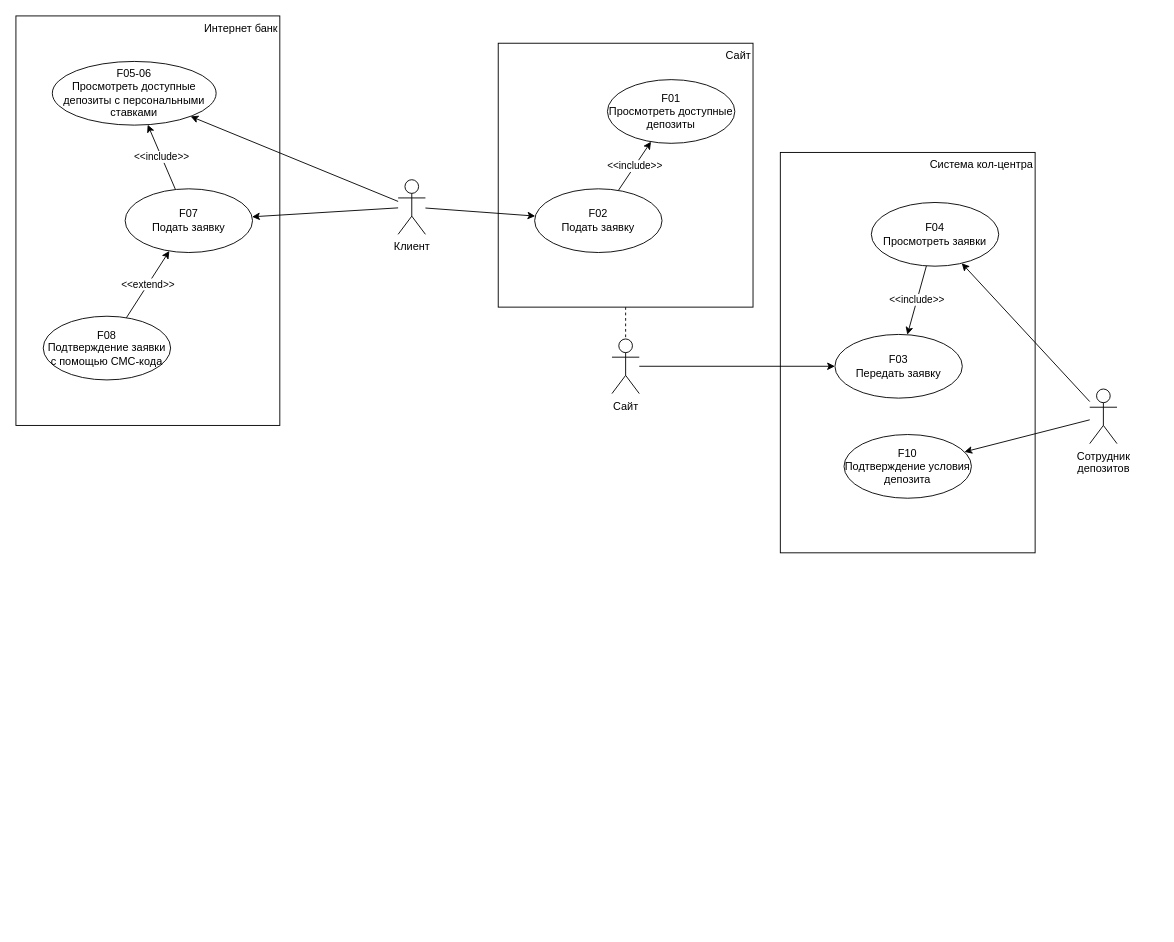
This is page "Model UC" (1 of 2) of Exc3/usecases.drawio from asbelon/architecture-sprint-9, a draw.io file, before an edit. Source tidied: cells renumbered, new cells numbered last; positions are measured from the earlier drawing's top-left corner, leaving out a move shared by most shapes. Both pictures are drawn from the tidied source at 91%, with x=0, y=0 at pixel (15, 15).
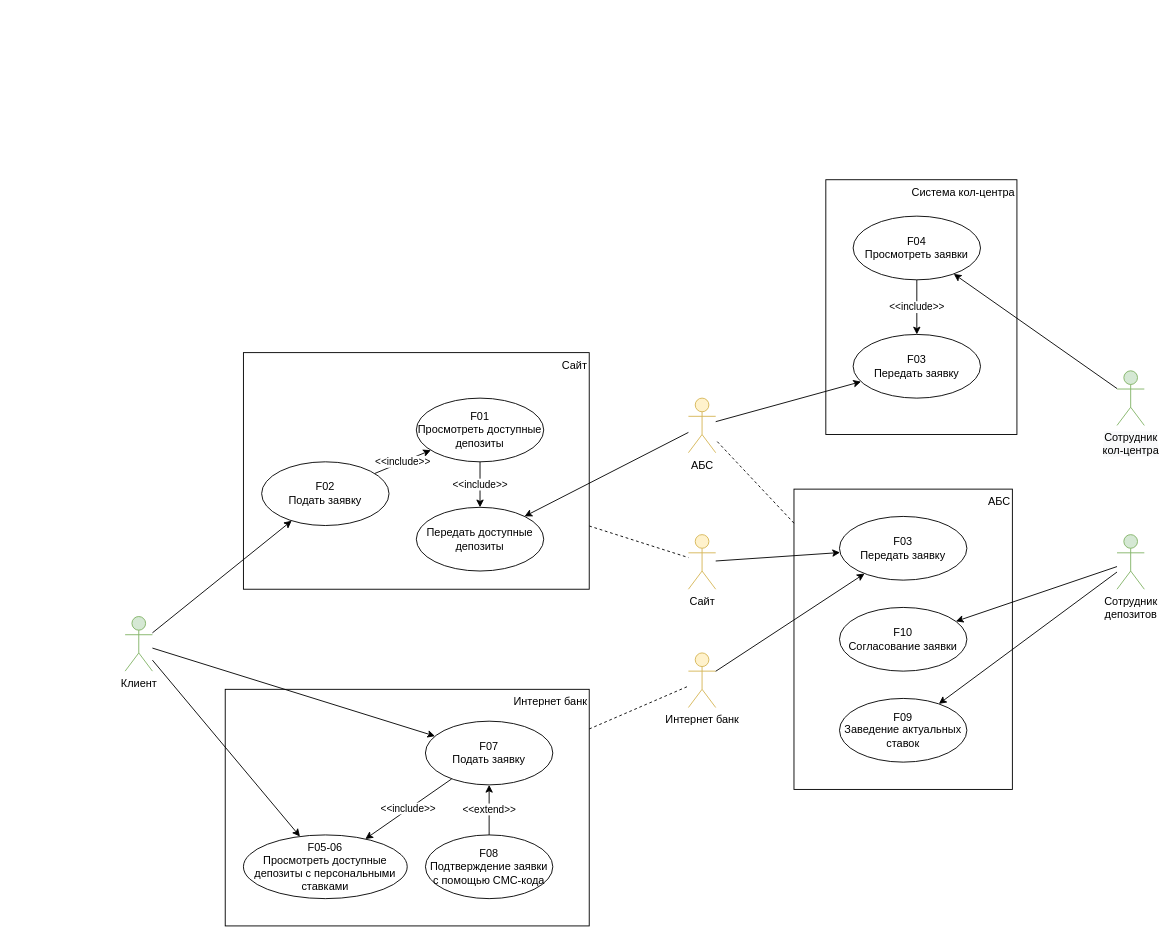
After the change.

Change to the diagram source:
```diff
@@
+    <mxCell id="27" value="АБС" style="rounded=0;whiteSpace=wrap;html=1;align=right;verticalAlign=top;" parent="1" vertex="1">
+      <mxGeometry x="855" y="520" width="240" height="330" as="geometry" />
+    </mxCell>
     <mxCell id="2" value="Интернет банк" style="rounded=0;whiteSpace=wrap;html=1;align=right;verticalAlign=top;" parent="1" vertex="1">
-      <mxGeometry width="290" height="450" as="geometry" />
+      <mxGeometry x="230" y="740" width="400" height="260" as="geometry" />
     </mxCell>
     <mxCell id="3" value="Система кол-центра" style="rounded=0;whiteSpace=wrap;html=1;align=right;verticalAlign=top;" parent="1" vertex="1">
-      <mxGeometry x="840" y="150" width="280" height="440" as="geometry" />
+      <mxGeometry x="890" y="180" width="210" height="280" as="geometry" />
     </mxCell>
@@
     <mxCell id="5" value="Сайт" style="rounded=0;whiteSpace=wrap;html=1;align=right;verticalAlign=top;" parent="1" vertex="1">
-      <mxGeometry x="530" y="30" width="280" height="290" as="geometry" />
+      <mxGeometry x="250" y="370" width="380" height="260" as="geometry" />
     </mxCell>
@@
-    <mxCell id="9" value="Клиент" style="shape=umlActor;verticalLabelPosition=bottom;verticalAlign=top;html=1;outlineConnect=0;" parent="1" vertex="1">
-      <mxGeometry x="420" y="180" width="30" height="60" as="geometry" />
+    <mxCell id="9" value="Клиент" style="shape=umlActor;verticalLabelPosition=bottom;verticalAlign=top;html=1;outlineConnect=0;fillColor=#d5e8d4;strokeColor=#82b366;" parent="1" vertex="1">
+      <mxGeometry x="120" y="660" width="30" height="60" as="geometry" />
     </mxCell>
+    <mxCell id="28" value="&amp;lt;&amp;lt;include&amp;gt;&amp;gt;" style="edgeStyle=orthogonalEdgeStyle;rounded=0;jettySize=auto;html=1;" parent="1" edge="1" source="10" target="40">
+      <mxGeometry relative="1" as="geometry" />
+    </mxCell>
     <mxCell id="10" value="F01&lt;br&gt;Просмотреть доступные депозиты" style="ellipse;whiteSpace=wrap;html=1;" parent="1" vertex="1">
-      <mxGeometry x="650" y="70" width="140" height="70" as="geometry" />
+      <mxGeometry x="440" y="420" width="140" height="70" as="geometry" />
     </mxCell>
@@
     <mxCell id="12" value="F02&lt;br&gt;Подать заявку" style="ellipse;whiteSpace=wrap;html=1;" parent="1" vertex="1">
-      <mxGeometry x="570" y="190" width="140" height="70" as="geometry" />
+      <mxGeometry x="270" y="490" width="140" height="70" as="geometry" />
     </mxCell>
-    <mxCell id="13" style="edgeStyle=none;rounded=0;jettySize=auto;html=1;" parent="1" edge="1" source="14" target="15">
+    <mxCell id="13" style="edgeStyle=none;rounded=0;jettySize=auto;html=1;" parent="1" edge="1" source="38" target="15">
       <mxGeometry relative="1" as="geometry" />
     </mxCell>
-    <mxCell id="14" value="Сайт" style="shape=umlActor;verticalLabelPosition=bottom;verticalAlign=top;html=1;outlineConnect=0;" parent="1" vertex="1">
-      <mxGeometry x="655" y="355" width="30" height="60" as="geometry" />
+    <mxCell id="14" value="Сайт" style="shape=umlActor;verticalLabelPosition=bottom;verticalAlign=top;html=1;outlineConnect=0;fillColor=#fff2cc;strokeColor=#d6b656;" parent="1" vertex="1">
+      <mxGeometry x="739" y="570" width="30" height="60" as="geometry" />
     </mxCell>
     <mxCell id="15" value="F03&lt;br&gt;Передать заявку" style="ellipse;whiteSpace=wrap;html=1;" parent="1" vertex="1">
-      <mxGeometry x="900" y="350" width="140" height="70" as="geometry" />
+      <mxGeometry x="920" y="350" width="140" height="70" as="geometry" />
     </mxCell>
-    <mxCell id="16" style="edgeStyle=none;rounded=0;jettySize=auto;html=1;endArrow=classic;endFill=1;" parent="1" edge="1" source="18" target="20">
+    <mxCell id="16" style="edgeStyle=none;rounded=0;jettySize=auto;html=1;endArrow=classic;endFill=1;" parent="1" edge="1" source="36" target="20">
       <mxGeometry relative="1" as="geometry" />
     </mxCell>
@@
+    <mxCell id="29" style="rounded=0;jettySize=auto;html=1;" parent="1" edge="1" source="18" target="30">
+      <mxGeometry relative="1" as="geometry" />
+    </mxCell>
-    <mxCell id="18" value="Сотрудник &lt;br&gt;депозитов" style="shape=umlActor;verticalLabelPosition=bottom;verticalAlign=top;html=1;outlineConnect=0;" parent="1" vertex="1">
-      <mxGeometry x="1180" y="410" width="30" height="60" as="geometry" />
+    <mxCell id="18" value="Сотрудник &lt;br&gt;депозитов" style="shape=umlActor;verticalLabelPosition=bottom;verticalAlign=top;html=1;outlineConnect=0;fillColor=#d5e8d4;strokeColor=#82b366;" parent="1" vertex="1">
+      <mxGeometry x="1210" y="570" width="30" height="60" as="geometry" />
     </mxCell>
@@
     <mxCell id="20" value="F04&lt;br&gt;Просмотреть заявки" style="ellipse;whiteSpace=wrap;html=1;" parent="1" vertex="1">
-      <mxGeometry x="940" y="205" width="140" height="70" as="geometry" />
+      <mxGeometry x="920" y="220" width="140" height="70" as="geometry" />
     </mxCell>
     <mxCell id="21" value="F05-06&lt;br&gt;Просмотреть доступные депозиты с персональными ставками" style="ellipse;whiteSpace=wrap;html=1;" parent="1" vertex="1">
-      <mxGeometry x="40" y="50" width="180" height="70" as="geometry" />
+      <mxGeometry x="250" y="900" width="180" height="70" as="geometry" />
     </mxCell>
@@
     <mxCell id="23" value="F07&lt;br&gt;Подать заявку" style="ellipse;whiteSpace=wrap;html=1;" parent="1" vertex="1">
-      <mxGeometry x="120" y="190" width="140" height="70" as="geometry" />
+      <mxGeometry x="450" y="775" width="140" height="70" as="geometry" />
     </mxCell>
@@
     <mxCell id="25" value="F08&lt;br&gt;Подтверждение заявки с помощью СМС-кода" style="ellipse;whiteSpace=wrap;html=1;" parent="1" vertex="1">
-      <mxGeometry x="30" y="330" width="140" height="70" as="geometry" />
+      <mxGeometry x="450" y="900" width="140" height="70" as="geometry" />
     </mxCell>
-    <mxCell id="26" value="F10&lt;br&gt;Подтверждение условия депозита" style="ellipse;whiteSpace=wrap;html=1;" parent="1" vertex="1">
-      <mxGeometry x="910" y="460" width="140" height="70" as="geometry" />
+    <mxCell id="26" value="F10&lt;br&gt;Согласование заявки" style="ellipse;whiteSpace=wrap;html=1;" parent="1" vertex="1">
+      <mxGeometry x="905" y="650" width="140" height="70" as="geometry" />
     </mxCell>
+    <mxCell id="30" value="F09&lt;br&gt;Заведение актуальных ставок" style="ellipse;whiteSpace=wrap;html=1;" parent="1" vertex="1">
+      <mxGeometry x="905" y="750" width="140" height="70" as="geometry" />
+    </mxCell>
+    <mxCell id="31" value="F03&lt;br&gt;Передать заявку" style="ellipse;whiteSpace=wrap;html=1;" parent="1" vertex="1">
+      <mxGeometry x="905" y="550" width="140" height="70" as="geometry" />
+    </mxCell>
+    <mxCell id="32" style="edgeStyle=none;rounded=0;jettySize=auto;html=1;" parent="1" edge="1" source="14" target="31">
+      <mxGeometry relative="1" as="geometry" />
+    </mxCell>
+    <mxCell id="33" style="edgeStyle=none;rounded=0;jettySize=auto;html=1;dashed=1;endArrow=none;endFill=0;" parent="1" edge="1" source="2" target="34">
+      <mxGeometry relative="1" as="geometry" />
+    </mxCell>
+    <mxCell id="34" value="Интернет банк" style="shape=umlActor;verticalLabelPosition=bottom;verticalAlign=top;html=1;outlineConnect=0;fillColor=#fff2cc;strokeColor=#d6b656;" parent="1" vertex="1">
+      <mxGeometry x="739" y="700" width="30" height="60" as="geometry" />
+    </mxCell>
+    <mxCell id="35" style="edgeStyle=none;rounded=0;jettySize=auto;html=1;" parent="1" edge="1" source="34" target="31">
+      <mxGeometry relative="1" as="geometry" />
+    </mxCell>
+    <mxCell id="36" value="&lt;span style=&quot;color: rgb(0, 0, 0); font-family: Helvetica; font-size: 12px; font-style: normal; font-variant-ligatures: normal; font-variant-caps: normal; font-weight: 400; letter-spacing: normal; orphans: 2; text-align: center; text-indent: 0px; text-transform: none; widows: 2; word-spacing: 0px; -webkit-text-stroke-width: 0px; background-color: rgb(248, 249, 250); text-decoration-thickness: initial; text-decoration-style: initial; text-decoration-color: initial; float: none; display: inline !important;&quot;&gt;Сотрудник&lt;/span&gt;&lt;br style=&quot;color: rgb(0, 0, 0); font-family: Helvetica; font-size: 12px; font-style: normal; font-variant-ligatures: normal; font-variant-caps: normal; font-weight: 400; letter-spacing: normal; orphans: 2; text-align: center; text-indent: 0px; text-transform: none; widows: 2; word-spacing: 0px; -webkit-text-stroke-width: 0px; background-color: rgb(248, 249, 250); text-decoration-thickness: initial; text-decoration-style: initial; text-decoration-color: initial;&quot;&gt;&lt;span style=&quot;color: rgb(0, 0, 0); font-family: Helvetica; font-size: 12px; font-style: normal; font-variant-ligatures: normal; font-variant-caps: normal; font-weight: 400; letter-spacing: normal; orphans: 2; text-align: center; text-indent: 0px; text-transform: none; widows: 2; word-spacing: 0px; -webkit-text-stroke-width: 0px; background-color: rgb(248, 249, 250); text-decoration-thickness: initial; text-decoration-style: initial; text-decoration-color: initial; float: none; display: inline !important;&quot;&gt;кол-центра&lt;/span&gt;" style="shape=umlActor;verticalLabelPosition=bottom;verticalAlign=top;html=1;outlineConnect=0;fillColor=#d5e8d4;strokeColor=#82b366;" parent="1" vertex="1">
+      <mxGeometry x="1210" y="390" width="30" height="60" as="geometry" />
+    </mxCell>
+    <mxCell id="37" style="rounded=0;jettySize=auto;html=1;" parent="1" edge="1" source="38" target="40">
+      <mxGeometry relative="1" as="geometry" />
+    </mxCell>
+    <mxCell id="38" value="АБС" style="shape=umlActor;verticalLabelPosition=bottom;verticalAlign=top;html=1;outlineConnect=0;fillColor=#fff2cc;strokeColor=#d6b656;" parent="1" vertex="1">
+      <mxGeometry x="739" y="420" width="30" height="60" as="geometry" />
+    </mxCell>
+    <mxCell id="39" style="edgeStyle=none;rounded=0;jettySize=auto;html=1;dashed=1;endArrow=none;endFill=0;" parent="1" edge="1" source="27" target="38">
+      <mxGeometry relative="1" as="geometry" />
+    </mxCell>
+    <mxCell id="40" value="Передать доступные депозиты" style="ellipse;whiteSpace=wrap;html=1;" parent="1" vertex="1">
+      <mxGeometry x="440" y="540" width="140" height="70" as="geometry" />
+    </mxCell>
```
